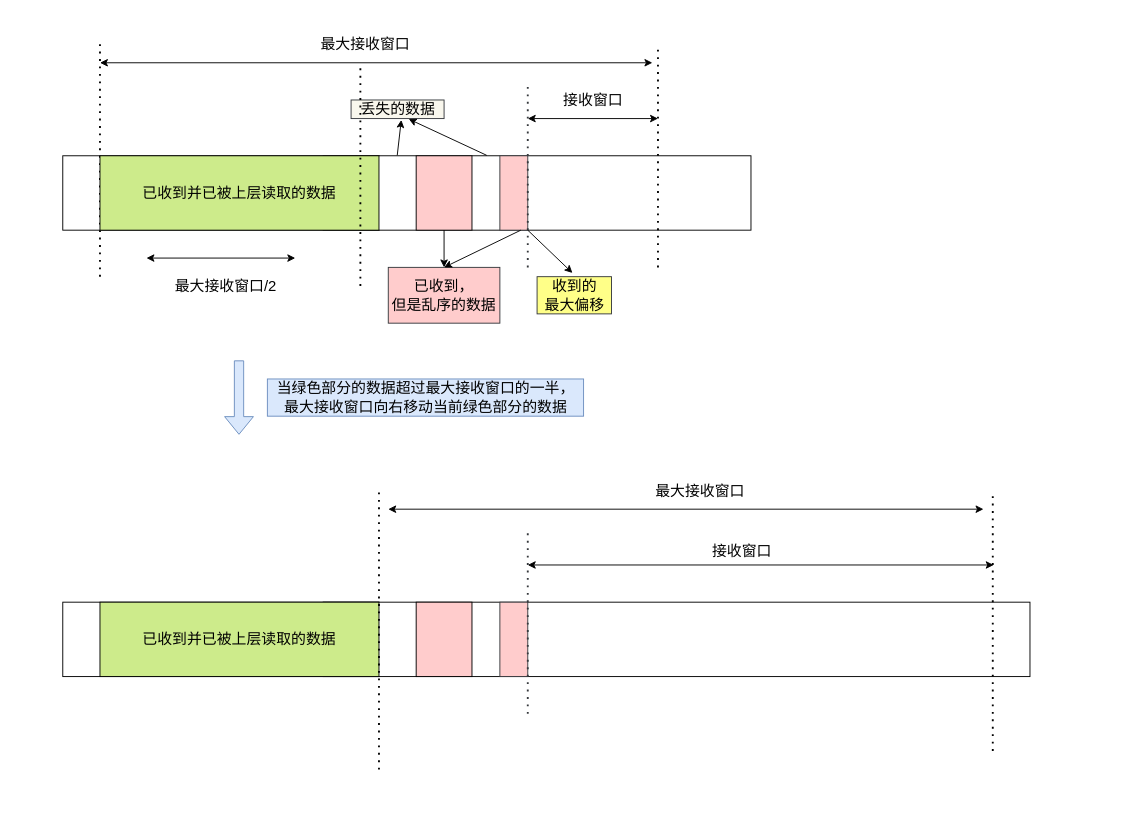
The draw.io diagram 网络/quic/flowcontrol3.drawio in xiaolincoder/ImageHost4, before the edit. Source tidied: cells renumbered, new cells numbered last; positions are measured from the earlier drawing's top-left corner, leaving out a move shared by most shapes. Both pictures are drawn from the tidied source at 93%, with x=0, y=0 at pixel (16, 16).
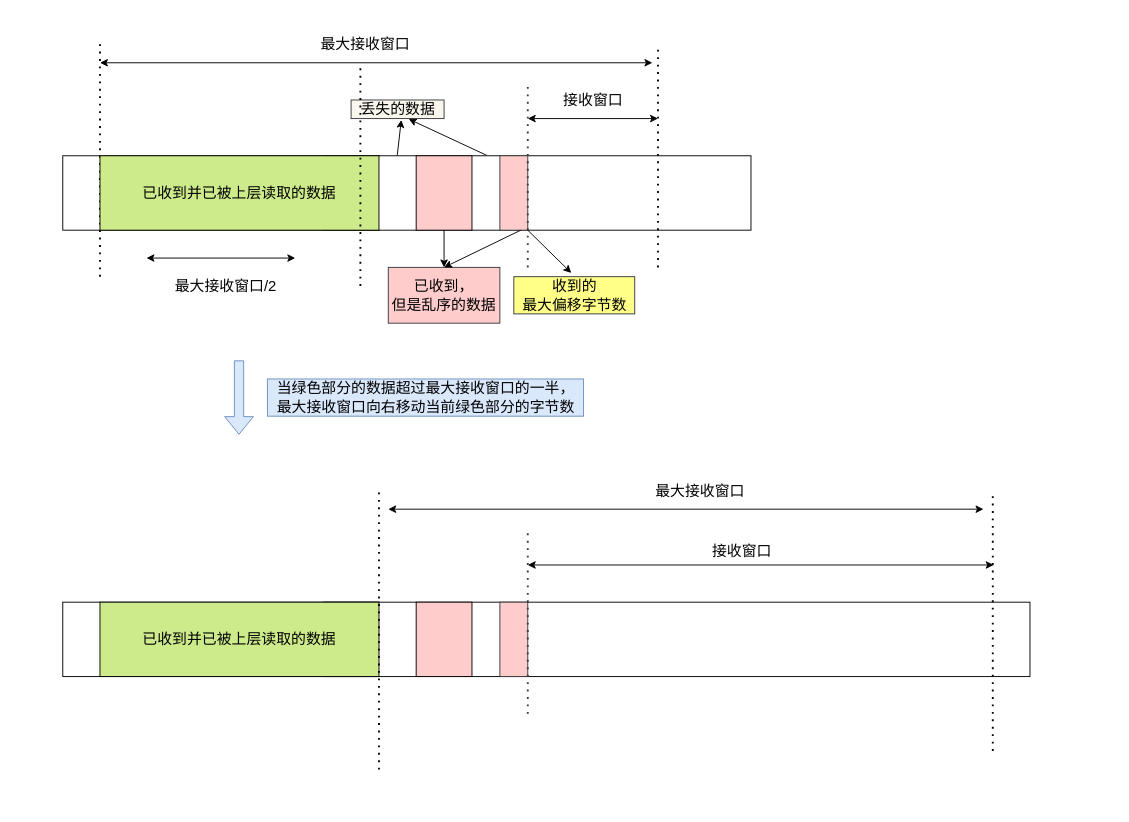
After the change.

The edit, as a diff of the source:
```diff
@@
-    <mxCell id="22" value="收到的&lt;br&gt;最大偏移" style="text;html=1;align=center;verticalAlign=middle;points=[];strokeColor=#36393d;fillColor=#ffff88;fontSize=16;" parent="1" vertex="1">
-      <mxGeometry x="560" y="280" width="80" height="40" as="geometry" />
+    <mxCell id="22" value="收到的&lt;br&gt;最大偏移字节数" style="text;html=1;align=center;verticalAlign=middle;points=[];strokeColor=#36393d;fillColor=#ffff88;fontSize=16;" parent="1" vertex="1">
+      <mxGeometry x="535" y="280" width="130" height="40" as="geometry" />
     </mxCell>
@@
-    <mxCell id="27" value="当绿色部分的数据超过最大接收窗口的一半，&lt;br style=&quot;font-size: 16px;&quot;&gt;&lt;span style=&quot;font-size: 16px;&quot;&gt;最大接收窗口向右移动当前绿色部分的数据&lt;/span&gt;" style="text;html=1;align=center;verticalAlign=middle;strokeColor=#6c8ebf;fillColor=#dae8fc;fontSize=16;labelBackgroundColor=none;" parent="1" vertex="1">
+    <mxCell id="27" value="当绿色部分的数据超过最大接收窗口的一半，&lt;br style=&quot;font-size: 16px&quot;&gt;&lt;span style=&quot;font-size: 16px&quot;&gt;最大接收窗口向右移动当前绿色部分的字节数&lt;/span&gt;" style="text;html=1;align=center;verticalAlign=middle;strokeColor=#6c8ebf;fillColor=#dae8fc;fontSize=16;labelBackgroundColor=none;" parent="1" vertex="1">
       <mxGeometry x="270" y="390" width="340" height="40" as="geometry" />
     </mxCell>
```
